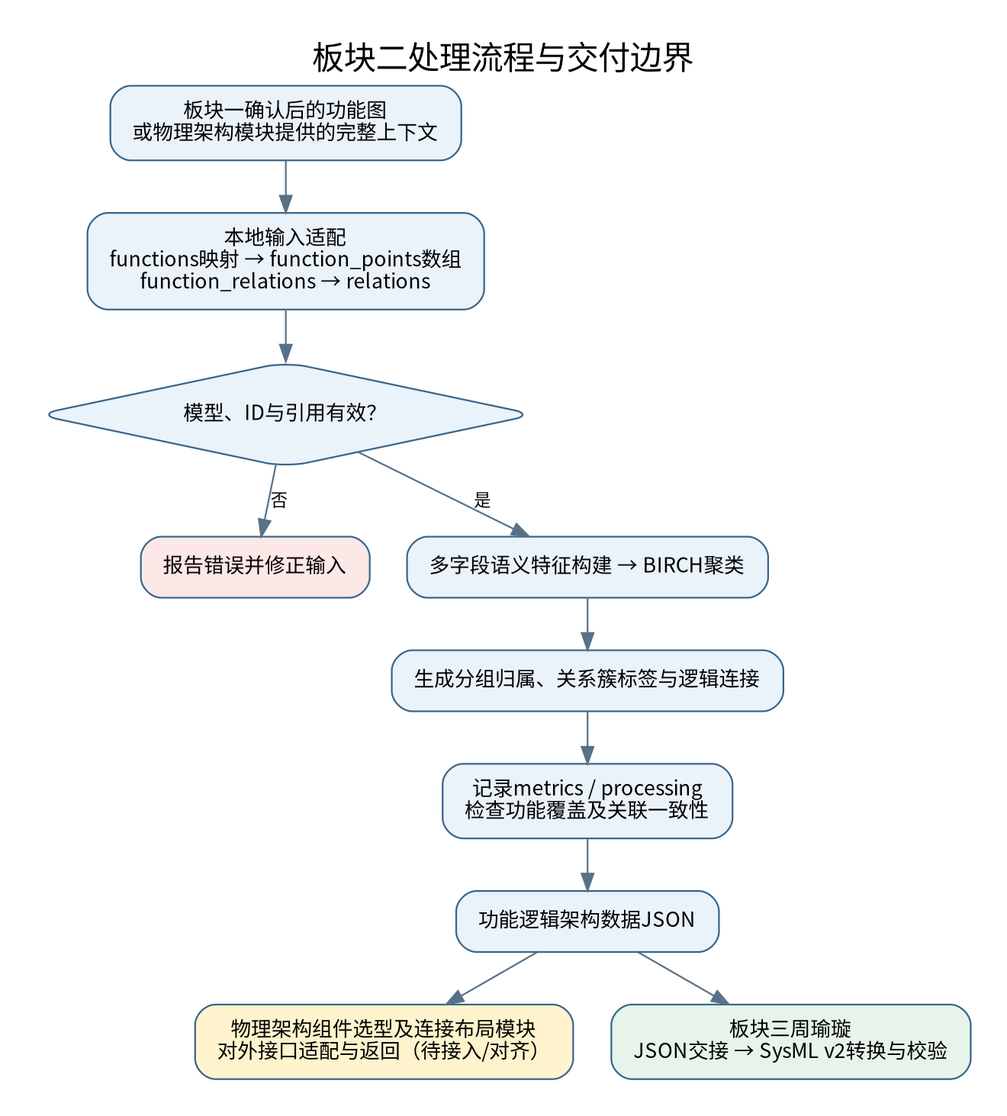
yueyunsun77-debug/yueyunsun77-debug keeps this Graphviz diagram as 板块二进度说明/01_板块二总体流程.png. Above is the earlier version. Its source is kept beside it as 板块二进度说明/01_板块二总体流程.dot.
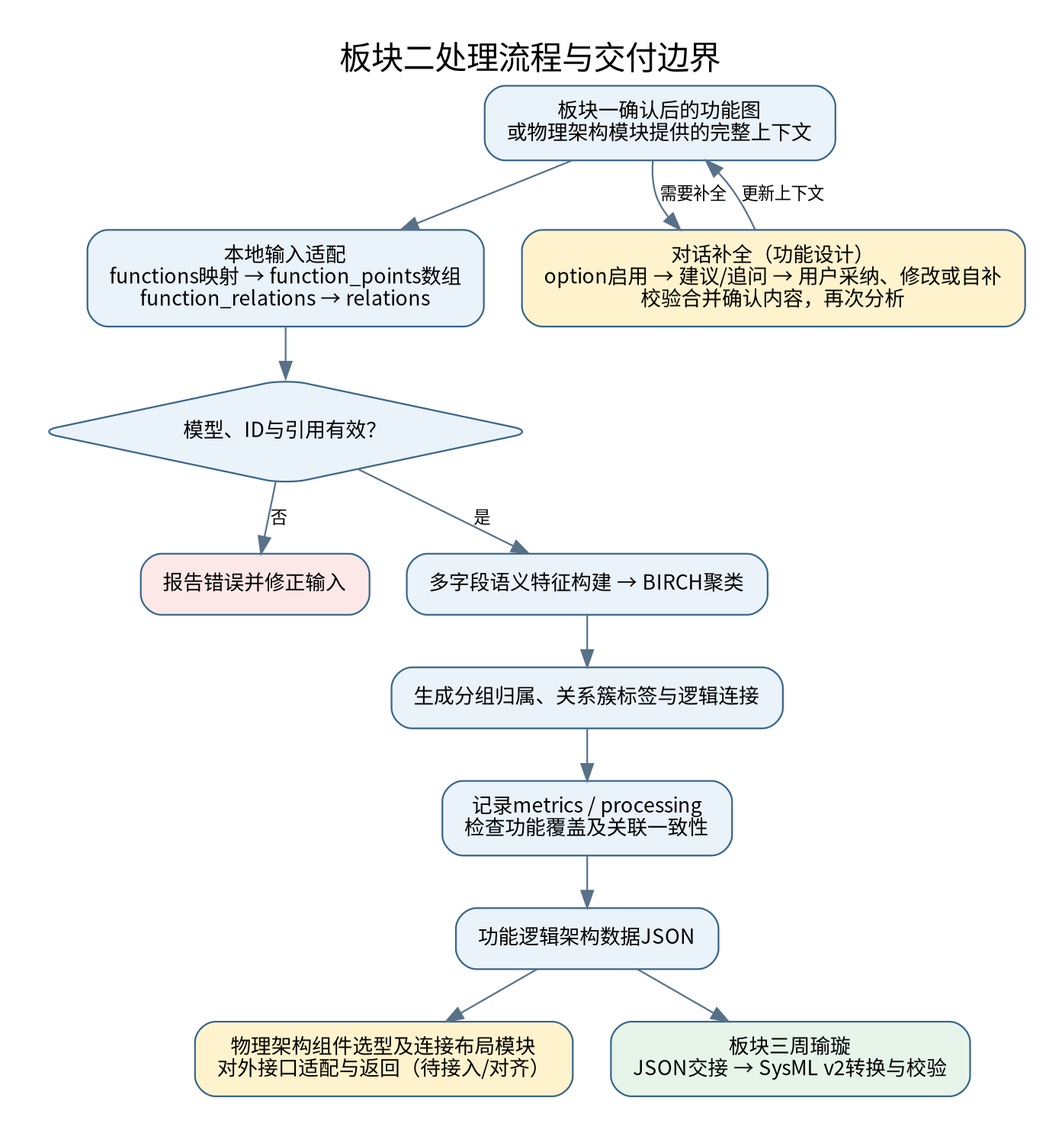
Above is the later version.

What changed in the source:
```diff
@@ -19,5 +19,7 @@
 对外接口适配与返回（待接入/对齐）",fillcolor="#FFF3CD"];
 j[label="板块三周瑜璇
 JSON交接 → SysML v2转换与校验",fillcolor="#E6F4EA"];
-a->b->c;c->d[label="否"];c->e[label="是"];e->f->g->h;h->i;h->j;
+a->b->c;
+k[label="对话补全（功能设计）\noption启用 → 建议/追问 → 用户采纳、修改或自补\n校验合并确认内容，再次分析",fillcolor="#FFF3CD"];
+a->k[label="需要补全"];k->a[label="更新上下文"];c->d[label="否"];c->e[label="是"];e->f->g->h;h->i;h->j;
 }
```
